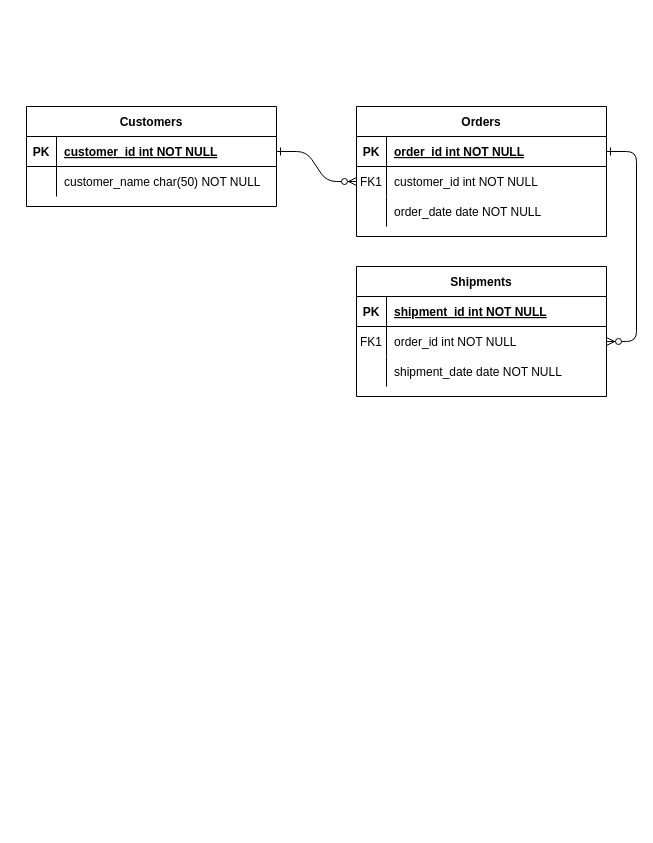
This is Untitled Diagram.drawio from Xoliswa-Sitengile/Use-case-diagrams, a draw.io file, before an edit. Source tidied: cells renumbered, new cells numbered last; positions are measured from the earlier drawing's top-left corner, leaving out a move shared by most shapes. Both pictures are drawn from the tidied source at 100%, with x=0, y=0 at pixel (26, 106).
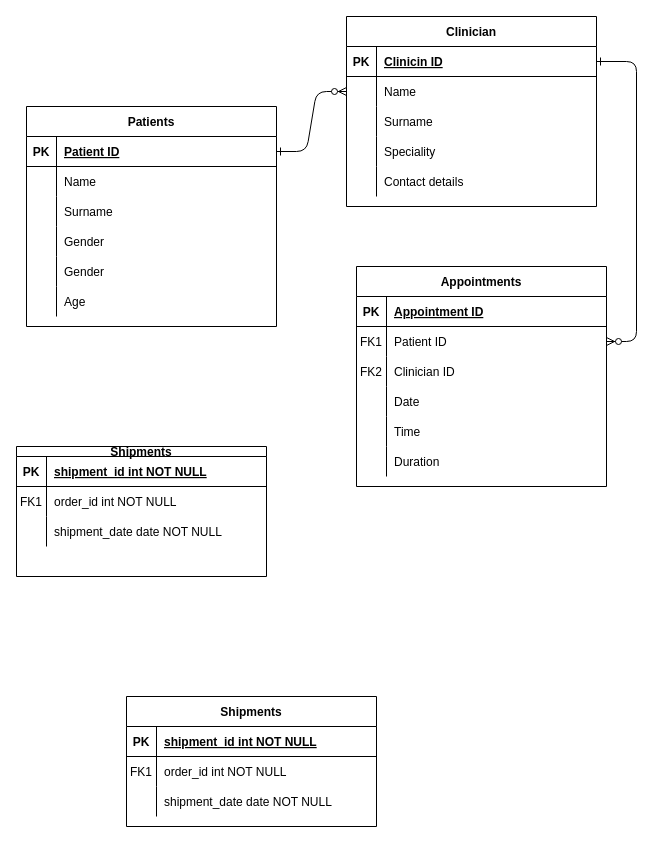
Above is the later version.

The change refers to these unchanged cells:
```xml
<mxCell id="5" style="shape=partialRectangle;fillColor=none;points=[[0,0.5],[1,0.5]];portConstraint=eastwest;top=0;left=0;right=0;bottom=1;" parent="4" vertex="1">
  <mxGeometry y="30" width="250" height="30" as="geometry" />
</mxCell>
<mxCell id="8" style="shape=partialRectangle;fillColor=none;points=[[0,0.5],[1,0.5]];portConstraint=eastwest;top=0;left=0;right=0;bottom=0;" parent="4" vertex="1">
  <mxGeometry y="60" width="250" height="30" as="geometry" />
</mxCell>
<mxCell id="11" style="shape=partialRectangle;fillColor=none;top=0;left=0;right=0;bottom=0;" parent="4" vertex="1">
  <mxGeometry y="90" width="250" height="30" as="geometry" />
</mxCell>
<mxCell id="15" style="shape=partialRectangle;fillColor=none;top=0;left=0;right=0;bottom=1;" parent="14" vertex="1">
  <mxGeometry y="30" width="250" height="30" as="geometry" />
</mxCell>
<mxCell id="18" style="shape=partialRectangle;fillColor=none;points=[[0,0.5],[1,0.5]];portConstraint=eastwest;top=0;left=0;right=0;bottom=0;" parent="14" vertex="1">
  <mxGeometry y="60" width="250" height="30" as="geometry" />
</mxCell>
<mxCell id="21" style="shape=partialRectangle;fillColor=none;top=0;left=0;right=0;bottom=0;" parent="14" vertex="1">
  <mxGeometry y="90" width="250" height="30" as="geometry" />
</mxCell>
<mxCell id="25" style="shape=partialRectangle;fillColor=none;points=[[0,0.5],[1,0.5]];portConstraint=eastwest;top=0;left=0;right=0;bottom=1;" parent="24" vertex="1">
  <mxGeometry y="30" width="250" height="30" as="geometry" />
</mxCell>
<mxCell id="28" style="shape=partialRectangle;fillColor=none;top=0;left=0;right=0;bottom=0;" parent="24" vertex="1">
  <mxGeometry y="60" width="250" height="30" as="geometry" />
</mxCell>
```

Change to the diagram source:
```diff
@@
-    <mxCell id="4" value="Orders" style="shape=table;startSize=30;childLayout=tableLayout;rowLines=0;fontStyle=1;align=center;" parent="1" vertex="1">
-      <mxGeometry x="330" width="250" height="130" as="geometry" />
+    <mxCell id="4" value="Clinician" style="shape=table;startSize=30;childLayout=tableLayout;rowLines=0;fontStyle=1;align=center;" parent="1" vertex="1">
+      <mxGeometry x="320" y="-90" width="250" height="190" as="geometry" />
     </mxCell>
@@
-    <mxCell id="7" value="order_id int NOT NULL " style="shape=partialRectangle;overflow=hidden;fillColor=none;top=0;left=0;bottom=0;right=0;align=left;spacingLeft=6;fontStyle=5;" parent="5" vertex="1">
+    <mxCell id="7" value="Clinicin ID" style="shape=partialRectangle;overflow=hidden;fillColor=none;top=0;left=0;bottom=0;right=0;align=left;spacingLeft=6;fontStyle=5;" parent="5" vertex="1">
       <mxGeometry x="30" width="220" height="30" as="geometry" />
     </mxCell>
@@
-    <mxCell id="9" value="FK1" style="shape=partialRectangle;overflow=hidden;fillColor=none;top=0;left=0;bottom=0;right=0;" parent="8" vertex="1">
+    <mxCell id="9" style="shape=partialRectangle;overflow=hidden;fillColor=none;top=0;left=0;bottom=0;right=0;" parent="8" vertex="1">
       <mxGeometry width="30" height="30" as="geometry" />
     </mxCell>
-    <mxCell id="10" value="customer_id int NOT NULL" style="shape=partialRectangle;overflow=hidden;fillColor=none;top=0;left=0;bottom=0;right=0;align=left;spacingLeft=6;" parent="8" vertex="1">
+    <mxCell id="10" value="Name" style="shape=partialRectangle;overflow=hidden;fillColor=none;top=0;left=0;bottom=0;right=0;align=left;spacingLeft=6;" parent="8" vertex="1">
       <mxGeometry x="30" width="220" height="30" as="geometry" />
     </mxCell>
@@
-    <mxCell id="13" value="order_date date NOT NULL" style="shape=partialRectangle;overflow=hidden;fillColor=none;top=0;left=0;bottom=0;right=0;align=left;spacingLeft=6;" parent="11" vertex="1">
+    <mxCell id="13" value="Surname" style="shape=partialRectangle;overflow=hidden;fillColor=none;top=0;left=0;bottom=0;right=0;align=left;spacingLeft=6;" parent="11" vertex="1">
       <mxGeometry x="30" width="220" height="30" as="geometry" />
     </mxCell>
+    <mxCell id="31" style="shape=partialRectangle;fillColor=none;top=0;left=0;right=0;bottom=0;" parent="4" vertex="1">
+      <mxGeometry y="120" width="250" height="30" as="geometry" />
+    </mxCell>
+    <mxCell id="32" style="shape=partialRectangle;overflow=hidden;fillColor=none;top=0;left=0;bottom=0;right=0;" parent="31" vertex="1">
+      <mxGeometry width="30" height="30" as="geometry" />
+    </mxCell>
+    <mxCell id="33" value="Speciality" style="shape=partialRectangle;overflow=hidden;fillColor=none;top=0;left=0;bottom=0;right=0;align=left;spacingLeft=6;" parent="31" vertex="1">
+      <mxGeometry x="30" width="220" height="30" as="geometry" />
+    </mxCell>
+    <mxCell id="34" style="shape=partialRectangle;fillColor=none;top=0;left=0;right=0;bottom=0;" parent="4" vertex="1">
+      <mxGeometry y="150" width="250" height="30" as="geometry" />
+    </mxCell>
+    <mxCell id="35" style="shape=partialRectangle;overflow=hidden;fillColor=none;top=0;left=0;bottom=0;right=0;" parent="34" vertex="1">
+      <mxGeometry width="30" height="30" as="geometry" />
+    </mxCell>
+    <mxCell id="36" value="Contact details" style="shape=partialRectangle;overflow=hidden;fillColor=none;top=0;left=0;bottom=0;right=0;align=left;spacingLeft=6;" parent="34" vertex="1">
+      <mxGeometry x="30" width="220" height="30" as="geometry" />
+    </mxCell>
-    <mxCell id="14" value="Shipments" style="shape=table;startSize=30;childLayout=tableLayout;rowLines=0;fontStyle=1;align=center;" parent="1" vertex="1">
-      <mxGeometry x="330" y="160" width="250" height="130" as="geometry" />
+    <mxCell id="14" value="Appointments" style="shape=table;startSize=30;childLayout=tableLayout;rowLines=0;fontStyle=1;align=center;" parent="1" vertex="1">
+      <mxGeometry x="330" y="160" width="250" height="220" as="geometry" />
     </mxCell>
@@
-    <mxCell id="17" value="shipment_id int NOT NULL " style="shape=partialRectangle;overflow=hidden;fillColor=none;top=0;left=0;bottom=0;right=0;align=left;spacingLeft=6;fontStyle=5;" parent="15" vertex="1">
+    <mxCell id="17" value="Appointment ID" style="shape=partialRectangle;overflow=hidden;fillColor=none;top=0;left=0;bottom=0;right=0;align=left;spacingLeft=6;fontStyle=5;" parent="15" vertex="1">
       <mxGeometry x="30" width="220" height="30" as="geometry" />
     </mxCell>
@@
-    <mxCell id="20" value="order_id int NOT NULL" style="shape=partialRectangle;overflow=hidden;fillColor=none;top=0;left=0;bottom=0;right=0;align=left;spacingLeft=6;" parent="18" vertex="1">
+    <mxCell id="20" value="Patient ID" style="shape=partialRectangle;overflow=hidden;fillColor=none;top=0;left=0;bottom=0;right=0;align=left;spacingLeft=6;" parent="18" vertex="1">
       <mxGeometry x="30" width="220" height="30" as="geometry" />
     </mxCell>
@@
-    <mxCell id="22" style="shape=partialRectangle;overflow=hidden;fillColor=none;top=0;left=0;bottom=0;right=0;" parent="21" vertex="1">
+    <mxCell id="22" value="FK2" style="shape=partialRectangle;overflow=hidden;fillColor=none;top=0;left=0;bottom=0;right=0;" parent="21" vertex="1">
       <mxGeometry width="30" height="30" as="geometry" />
     </mxCell>
-    <mxCell id="23" value="shipment_date date NOT NULL" style="shape=partialRectangle;overflow=hidden;fillColor=none;top=0;left=0;bottom=0;right=0;align=left;spacingLeft=6;" parent="21" vertex="1">
+    <mxCell id="23" value="Clinician ID" style="shape=partialRectangle;overflow=hidden;fillColor=none;top=0;left=0;bottom=0;right=0;align=left;spacingLeft=6;" parent="21" vertex="1">
       <mxGeometry x="30" width="220" height="30" as="geometry" />
     </mxCell>
+    <mxCell id="37" style="shape=partialRectangle;fillColor=none;top=0;left=0;right=0;bottom=0;" parent="14" vertex="1">
+      <mxGeometry y="120" width="250" height="30" as="geometry" />
+    </mxCell>
+    <mxCell id="38" style="shape=partialRectangle;overflow=hidden;fillColor=none;top=0;left=0;bottom=0;right=0;" parent="37" vertex="1">
+      <mxGeometry width="30" height="30" as="geometry" />
+    </mxCell>
+    <mxCell id="39" value="Date" style="shape=partialRectangle;overflow=hidden;fillColor=none;top=0;left=0;bottom=0;right=0;align=left;spacingLeft=6;" parent="37" vertex="1">
+      <mxGeometry x="30" width="220" height="30" as="geometry" />
+    </mxCell>
+    <mxCell id="40" style="shape=partialRectangle;fillColor=none;top=0;left=0;right=0;bottom=0;" parent="14" vertex="1">
+      <mxGeometry y="150" width="250" height="30" as="geometry" />
+    </mxCell>
+    <mxCell id="41" style="shape=partialRectangle;overflow=hidden;fillColor=none;top=0;left=0;bottom=0;right=0;" parent="40" vertex="1">
+      <mxGeometry width="30" height="30" as="geometry" />
+    </mxCell>
+    <mxCell id="42" value="Time" style="shape=partialRectangle;overflow=hidden;fillColor=none;top=0;left=0;bottom=0;right=0;align=left;spacingLeft=6;" parent="40" vertex="1">
+      <mxGeometry x="30" width="220" height="30" as="geometry" />
+    </mxCell>
+    <mxCell id="43" style="shape=partialRectangle;fillColor=none;top=0;left=0;right=0;bottom=0;" parent="14" vertex="1">
+      <mxGeometry y="180" width="250" height="30" as="geometry" />
+    </mxCell>
+    <mxCell id="44" style="shape=partialRectangle;overflow=hidden;fillColor=none;top=0;left=0;bottom=0;right=0;" parent="43" vertex="1">
+      <mxGeometry width="30" height="30" as="geometry" />
+    </mxCell>
+    <mxCell id="45" value="Duration" style="shape=partialRectangle;overflow=hidden;fillColor=none;top=0;left=0;bottom=0;right=0;align=left;spacingLeft=6;" parent="43" vertex="1">
+      <mxGeometry x="30" width="220" height="30" as="geometry" />
+    </mxCell>
-    <mxCell id="24" value="Customers" style="shape=table;startSize=30;childLayout=tableLayout;rowLines=0;fontStyle=1;align=center;" parent="1" vertex="1">
-      <mxGeometry width="250" height="100" as="geometry" />
+    <mxCell id="24" value="Patients" style="shape=table;startSize=30;childLayout=tableLayout;rowLines=0;fontStyle=1;align=center;" parent="1" vertex="1">
+      <mxGeometry width="250" height="220" as="geometry" />
     </mxCell>
@@
-    <mxCell id="27" value="customer_id int NOT NULL " style="shape=partialRectangle;overflow=hidden;fillColor=none;top=0;left=0;bottom=0;right=0;align=left;spacingLeft=6;fontStyle=5;" parent="25" vertex="1">
+    <mxCell id="27" value="Patient ID" style="shape=partialRectangle;overflow=hidden;fillColor=none;top=0;left=0;bottom=0;right=0;align=left;spacingLeft=6;fontStyle=5;" parent="25" vertex="1">
       <mxGeometry x="30" width="220" height="30" as="geometry" />
     </mxCell>
@@
-    <mxCell id="30" value="customer_name char(50) NOT NULL" style="shape=partialRectangle;overflow=hidden;fillColor=none;top=0;left=0;bottom=0;right=0;align=left;spacingLeft=6;" parent="28" vertex="1">
+    <mxCell id="30" value="Name" style="shape=partialRectangle;overflow=hidden;fillColor=none;top=0;left=0;bottom=0;right=0;align=left;spacingLeft=6;" parent="28" vertex="1">
       <mxGeometry x="30" width="220" height="30" as="geometry" />
     </mxCell>
+    <mxCell id="46" style="shape=partialRectangle;fillColor=none;top=0;left=0;right=0;bottom=0;" parent="24" vertex="1">
+      <mxGeometry y="90" width="250" height="30" as="geometry" />
+    </mxCell>
+    <mxCell id="47" style="shape=partialRectangle;overflow=hidden;fillColor=none;top=0;left=0;bottom=0;right=0;" parent="46" vertex="1">
+      <mxGeometry width="30" height="30" as="geometry" />
+    </mxCell>
+    <mxCell id="48" value="Surname" style="shape=partialRectangle;overflow=hidden;fillColor=none;top=0;left=0;bottom=0;right=0;align=left;spacingLeft=6;" parent="46" vertex="1">
+      <mxGeometry x="30" width="220" height="30" as="geometry" />
+    </mxCell>
+    <mxCell id="49" style="shape=partialRectangle;fillColor=none;top=0;left=0;right=0;bottom=0;" parent="24" vertex="1">
+      <mxGeometry y="120" width="250" height="30" as="geometry" />
+    </mxCell>
+    <mxCell id="50" style="shape=partialRectangle;overflow=hidden;fillColor=none;top=0;left=0;bottom=0;right=0;" parent="49" vertex="1">
+      <mxGeometry width="30" height="30" as="geometry" />
+    </mxCell>
+    <mxCell id="51" value="Gender" style="shape=partialRectangle;overflow=hidden;fillColor=none;top=0;left=0;bottom=0;right=0;align=left;spacingLeft=6;" parent="49" vertex="1">
+      <mxGeometry x="30" width="220" height="30" as="geometry" />
+    </mxCell>
+    <mxCell id="52" style="shape=partialRectangle;fillColor=none;top=0;left=0;right=0;bottom=0;" parent="24" vertex="1">
+      <mxGeometry y="150" width="250" height="30" as="geometry" />
+    </mxCell>
+    <mxCell id="53" style="shape=partialRectangle;overflow=hidden;fillColor=none;top=0;left=0;bottom=0;right=0;" parent="52" vertex="1">
+      <mxGeometry width="30" height="30" as="geometry" />
+    </mxCell>
+    <mxCell id="54" value="Gender" style="shape=partialRectangle;overflow=hidden;fillColor=none;top=0;left=0;bottom=0;right=0;align=left;spacingLeft=6;" parent="52" vertex="1">
+      <mxGeometry x="30" width="220" height="30" as="geometry" />
+    </mxCell>
+    <mxCell id="55" style="shape=partialRectangle;fillColor=none;top=0;left=0;right=0;bottom=0;" parent="24" vertex="1">
+      <mxGeometry y="180" width="250" height="30" as="geometry" />
+    </mxCell>
+    <mxCell id="56" style="shape=partialRectangle;overflow=hidden;fillColor=none;top=0;left=0;bottom=0;right=0;" parent="55" vertex="1">
+      <mxGeometry width="30" height="30" as="geometry" />
+    </mxCell>
+    <mxCell id="57" value="Age" style="shape=partialRectangle;overflow=hidden;fillColor=none;top=0;left=0;bottom=0;right=0;align=left;spacingLeft=6;" parent="55" vertex="1">
+      <mxGeometry x="30" width="220" height="30" as="geometry" />
+    </mxCell>
+    <mxCell id="58" value="Shipments" style="shape=table;startSize=10;childLayout=tableLayout;rowLines=0;fontStyle=1;align=center;" parent="1" vertex="1">
+      <mxGeometry x="-10" y="340" width="250" height="130" as="geometry" />
+    </mxCell>
+    <mxCell id="59" style="shape=partialRectangle;fillColor=none;top=0;left=0;right=0;bottom=1;" parent="58" vertex="1">
+      <mxGeometry y="10" width="250" height="30" as="geometry" />
+    </mxCell>
+    <mxCell id="60" value="PK" style="shape=partialRectangle;overflow=hidden;fillColor=none;top=0;left=0;bottom=0;right=0;fontStyle=1;" parent="59" vertex="1">
+      <mxGeometry width="30" height="30" as="geometry" />
+    </mxCell>
+    <mxCell id="61" value="shipment_id int NOT NULL " style="shape=partialRectangle;overflow=hidden;fillColor=none;top=0;left=0;bottom=0;right=0;align=left;spacingLeft=6;fontStyle=5;" parent="59" vertex="1">
+      <mxGeometry x="30" width="220" height="30" as="geometry" />
+    </mxCell>
+    <mxCell id="62" style="shape=partialRectangle;fillColor=none;top=0;left=0;right=0;bottom=0;" parent="58" vertex="1">
+      <mxGeometry y="40" width="250" height="30" as="geometry" />
+    </mxCell>
+    <mxCell id="63" value="FK1" style="shape=partialRectangle;overflow=hidden;fillColor=none;top=0;left=0;bottom=0;right=0;" parent="62" vertex="1">
+      <mxGeometry width="30" height="30" as="geometry" />
+    </mxCell>
+    <mxCell id="64" value="order_id int NOT NULL" style="shape=partialRectangle;overflow=hidden;fillColor=none;top=0;left=0;bottom=0;right=0;align=left;spacingLeft=6;" parent="62" vertex="1">
+      <mxGeometry x="30" width="220" height="30" as="geometry" />
+    </mxCell>
+    <mxCell id="65" style="shape=partialRectangle;fillColor=none;top=0;left=0;right=0;bottom=0;" parent="58" vertex="1">
+      <mxGeometry y="70" width="250" height="30" as="geometry" />
+    </mxCell>
+    <mxCell id="66" style="shape=partialRectangle;overflow=hidden;fillColor=none;top=0;left=0;bottom=0;right=0;" parent="65" vertex="1">
+      <mxGeometry width="30" height="30" as="geometry" />
+    </mxCell>
+    <mxCell id="67" value="shipment_date date NOT NULL" style="shape=partialRectangle;overflow=hidden;fillColor=none;top=0;left=0;bottom=0;right=0;align=left;spacingLeft=6;" parent="65" vertex="1">
+      <mxGeometry x="30" width="220" height="30" as="geometry" />
+    </mxCell>
+    <mxCell id="68" value="Shipments" style="shape=table;startSize=30;childLayout=tableLayout;rowLines=0;fontStyle=1;align=center;" parent="1" vertex="1">
+      <mxGeometry x="100" y="590" width="250" height="130" as="geometry" />
+    </mxCell>
+    <mxCell id="69" style="shape=partialRectangle;fillColor=none;top=0;left=0;right=0;bottom=1;" parent="68" vertex="1">
+      <mxGeometry y="30" width="250" height="30" as="geometry" />
+    </mxCell>
+    <mxCell id="70" value="PK" style="shape=partialRectangle;overflow=hidden;fillColor=none;top=0;left=0;bottom=0;right=0;fontStyle=1;" parent="69" vertex="1">
+      <mxGeometry width="30" height="30" as="geometry" />
+    </mxCell>
+    <mxCell id="71" value="shipment_id int NOT NULL " style="shape=partialRectangle;overflow=hidden;fillColor=none;top=0;left=0;bottom=0;right=0;align=left;spacingLeft=6;fontStyle=5;" parent="69" vertex="1">
+      <mxGeometry x="30" width="220" height="30" as="geometry" />
+    </mxCell>
+    <mxCell id="72" style="shape=partialRectangle;fillColor=none;top=0;left=0;right=0;bottom=0;" parent="68" vertex="1">
+      <mxGeometry y="60" width="250" height="30" as="geometry" />
+    </mxCell>
+    <mxCell id="73" value="FK1" style="shape=partialRectangle;overflow=hidden;fillColor=none;top=0;left=0;bottom=0;right=0;" parent="72" vertex="1">
+      <mxGeometry width="30" height="30" as="geometry" />
+    </mxCell>
+    <mxCell id="74" value="order_id int NOT NULL" style="shape=partialRectangle;overflow=hidden;fillColor=none;top=0;left=0;bottom=0;right=0;align=left;spacingLeft=6;" parent="72" vertex="1">
+      <mxGeometry x="30" width="220" height="30" as="geometry" />
+    </mxCell>
+    <mxCell id="75" style="shape=partialRectangle;fillColor=none;top=0;left=0;right=0;bottom=0;" parent="68" vertex="1">
+      <mxGeometry y="90" width="250" height="30" as="geometry" />
+    </mxCell>
+    <mxCell id="76" style="shape=partialRectangle;overflow=hidden;fillColor=none;top=0;left=0;bottom=0;right=0;" parent="75" vertex="1">
+      <mxGeometry width="30" height="30" as="geometry" />
+    </mxCell>
+    <mxCell id="77" value="shipment_date date NOT NULL" style="shape=partialRectangle;overflow=hidden;fillColor=none;top=0;left=0;bottom=0;right=0;align=left;spacingLeft=6;" parent="75" vertex="1">
+      <mxGeometry x="30" width="220" height="30" as="geometry" />
+    </mxCell>
```
